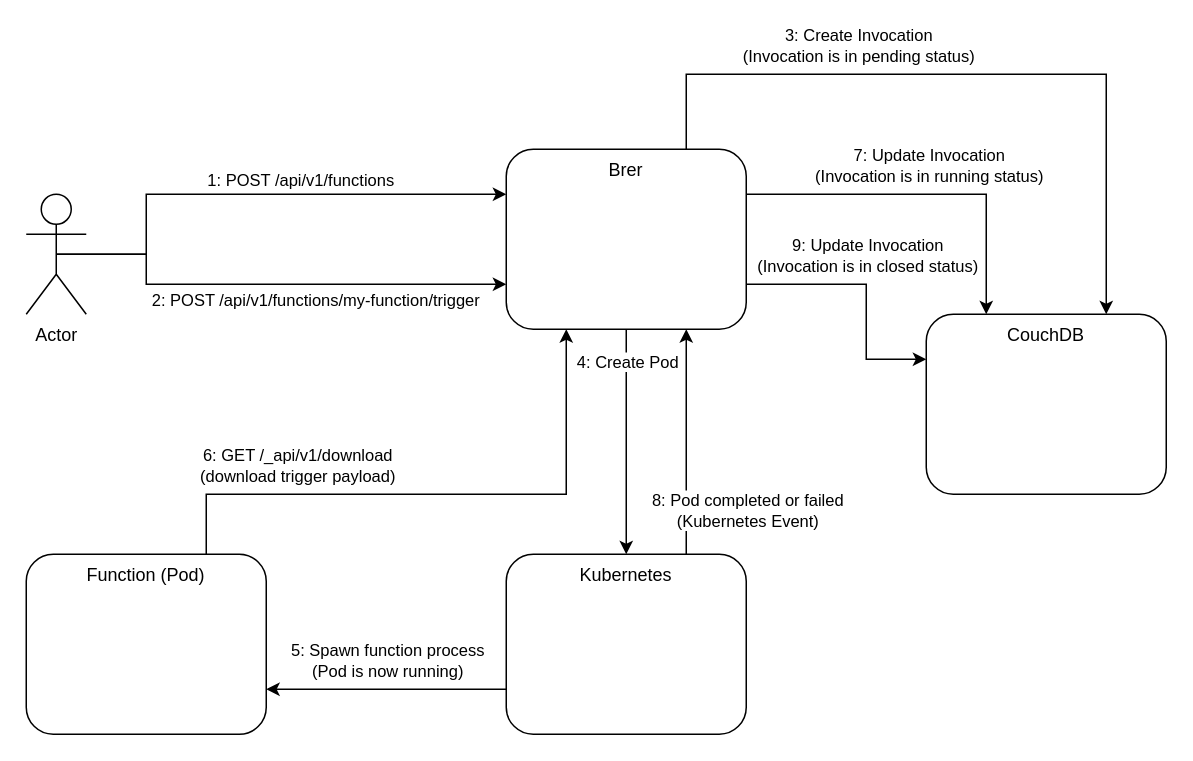
Above: docs/flow.drawio in brer/brer (draw.io), before the change. Source tidied: cells renumbered, new cells numbered last; positions are measured from the earlier drawing's top-left corner, leaving out a move shared by most shapes. Both pictures are drawn from the tidied source at 150%, with x=0, y=0 at pixel (26, 74).
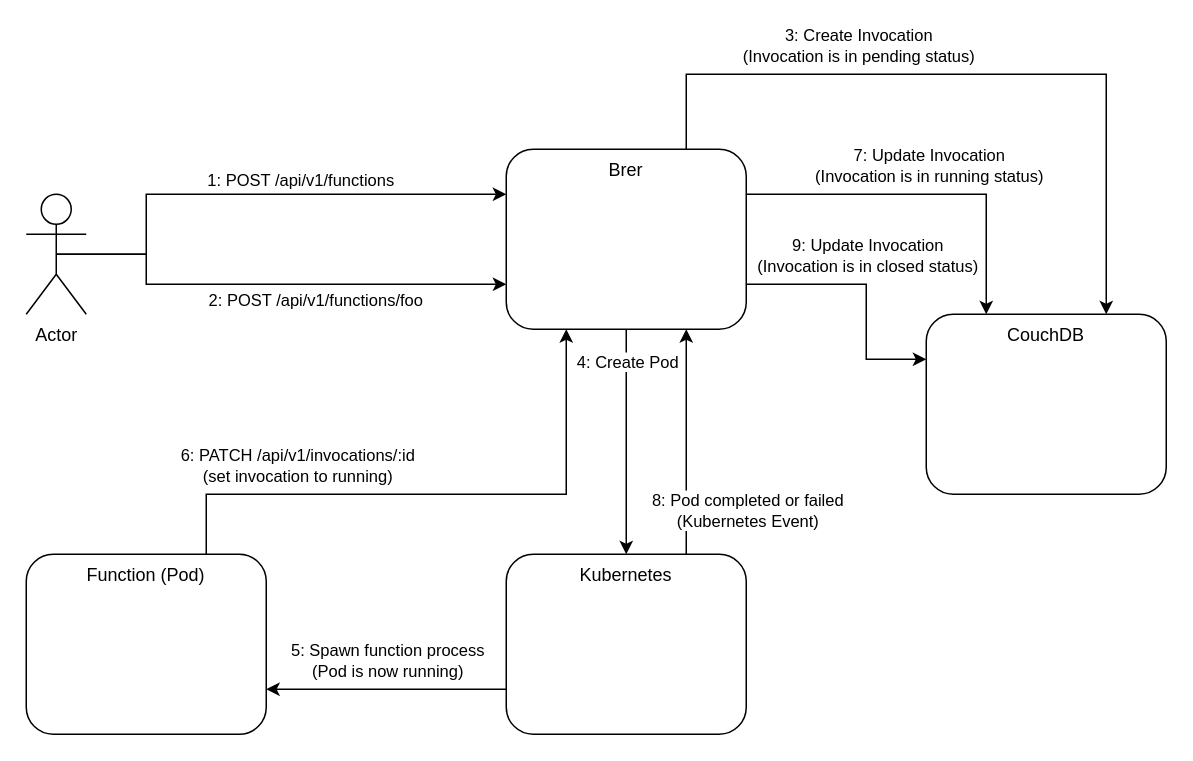
Above is the later version.

Unchanged cells that the change refers to:
```xml
<mxCell id="6" style="endArrow=classic;html=1;rounded=0;exitX=0.5;exitY=0.5;exitDx=0;exitDy=0;exitPerimeter=0;entryX=0;entryY=0.75;entryDx=0;entryDy=0;" parent="1" edge="1" source="5" target="2">
  <mxGeometry relative="1" as="geometry">
    <Array as="points">
      <mxPoint x="80" y="120" />
      <mxPoint x="80" y="140" />
    </Array>
  </mxGeometry>
</mxCell>
<mxCell id="14" style="endArrow=classic;html=1;rounded=0;exitX=0.75;exitY=0;exitDx=0;exitDy=0;entryX=0.25;entryY=1;entryDx=0;entryDy=0;" parent="1" edge="1" source="11" target="2">
  <mxGeometry relative="1" as="geometry">
    <Array as="points">
      <mxPoint x="120" y="280" />
      <mxPoint x="360" y="280" />
    </Array>
  </mxGeometry>
</mxCell>
```

Change to the diagram source:
```diff
@@
-    <mxCell id="7" value="2: POST /api/v1/functions/my-function/trigger" style="edgeLabel;html=1;align=center;verticalAlign=middle;" parent="6" vertex="1">
+    <mxCell id="7" value="2: POST /api/v1/functions/foo" style="edgeLabel;html=1;align=center;verticalAlign=middle;" parent="6" vertex="1">
       <mxGeometry x="0.14" y="3" relative="1" as="geometry">
         <mxPoint x="10" y="13" as="offset" />
       </mxGeometry>
     </mxCell>
@@
-    <mxCell id="15" value="&lt;div&gt;6: GET /_api/v1/download&lt;/div&gt;&lt;div&gt;(download trigger payload)&lt;/div&gt;" style="edgeLabel;html=1;align=center;verticalAlign=middle;" parent="14" vertex="1">
+    <mxCell id="15" value="&lt;div&gt;6: PATCH /api/v1/invocations/:id&lt;/div&gt;&lt;div&gt;(set invocation to running)&lt;/div&gt;" style="edgeLabel;html=1;align=center;verticalAlign=middle;" parent="14" vertex="1">
       <mxGeometry x="-0.28" relative="1" as="geometry">
         <mxPoint x="-40" y="-20" as="offset" />
       </mxGeometry>
     </mxCell>
```
